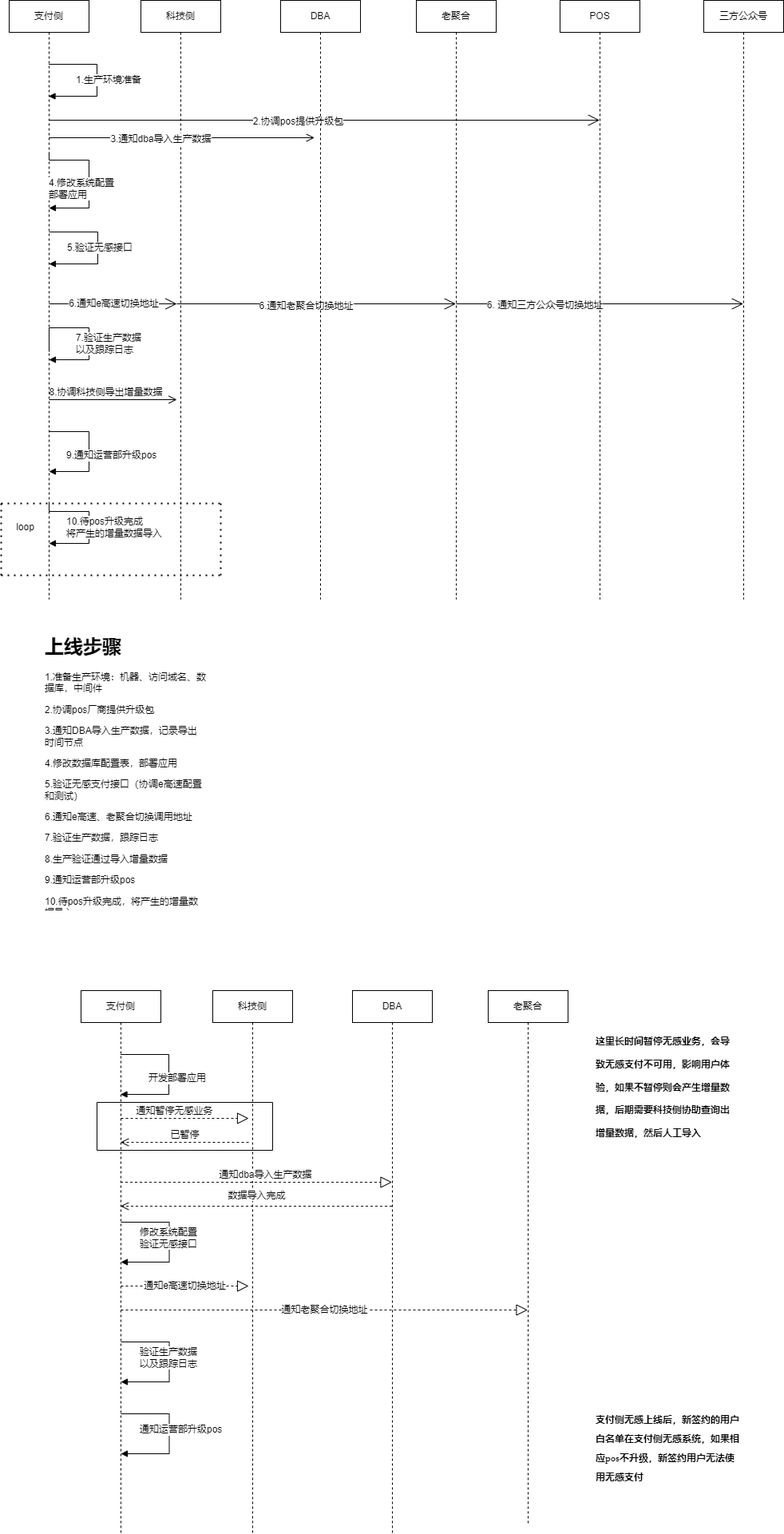
Above: 无感支付上线.png in songyibo2019/mydiagrams (draw.io), before the change. Source tidied: cells renumbered, new cells last; positions are measured from the earlier drawing's top-left corner, leaving out a move shared by most shapes.
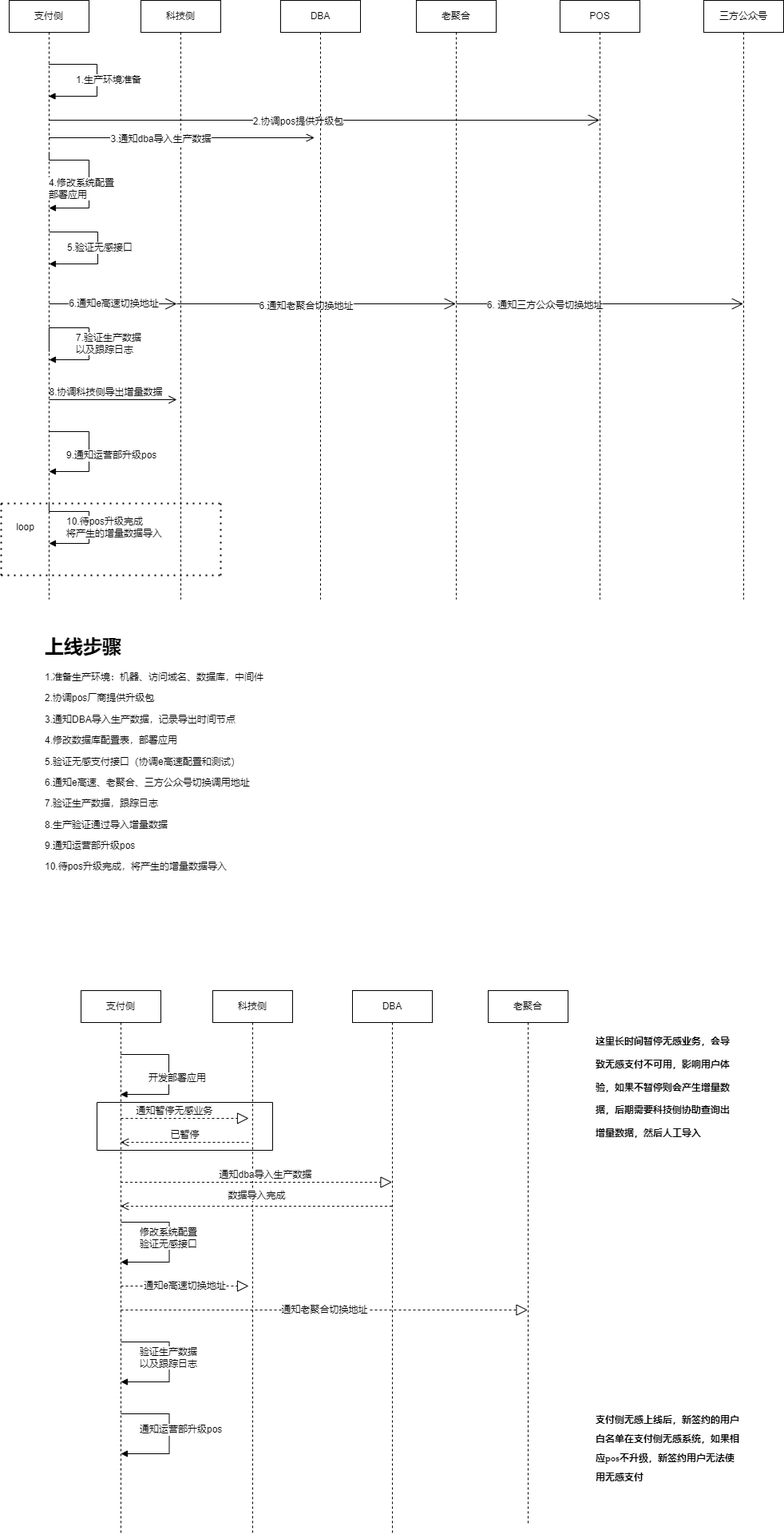
The same diagram one commit later.

Commit message:
Update 无感支付上线.png

Diff of the diagram source:
```diff
@@ -221,8 +221,8 @@
     <mxCell id="38" value="6. 通知三方公众号切换地址" style="edgeLabel;html=1;align=center;verticalAlign=middle;" parent="37" vertex="1">
       <mxGeometry x="-0.39" y="-1" relative="1" as="geometry" />
     </mxCell>
-    <mxCell id="39" value="&lt;h1&gt;上线步骤&lt;/h1&gt;&lt;p&gt;1.准备生产环境：机器、访问域名、数据库，中间件&amp;nbsp;&lt;/p&gt;&lt;p&gt;2.协调pos厂商提供升级包&lt;/p&gt;&lt;p&gt;3.通知DBA导入生产数据，记录导出时间节点&amp;nbsp;&lt;/p&gt;&lt;p&gt;4.修改数据库配置表，部署应用&lt;/p&gt;&lt;p&gt;5.验证无感支付接口（协调e高速配置和测试）&lt;/p&gt;&lt;p&gt;6.通知e高速、老聚合切换调用地址&lt;/p&gt;&lt;p&gt;7.验证生产数据，跟踪日志&lt;/p&gt;&lt;p&gt;8.生产验证通过导入增量数据&lt;/p&gt;&lt;p&gt;9.通知运营部升级pos&lt;/p&gt;&lt;p&gt;10.待pos升级完成，将产生的增量数据导入&lt;br&gt;&lt;/p&gt;" style="text;html=1;strokeColor=none;fillColor=none;spacing=5;spacingTop=-20;whiteSpace=wrap;overflow=hidden;rounded=0;fontSize=12;" parent="1" vertex="1">
-      <mxGeometry x="50" y="790" width="210" height="350" as="geometry" />
+    <mxCell id="39" value="&lt;h1&gt;上线步骤&lt;/h1&gt;&lt;p&gt;1.准备生产环境：机器、访问域名、数据库，中间件&amp;nbsp;&lt;/p&gt;&lt;p&gt;2.协调pos厂商提供升级包&lt;/p&gt;&lt;p&gt;3.通知DBA导入生产数据，记录导出时间节点&amp;nbsp;&lt;/p&gt;&lt;p&gt;4.修改数据库配置表，部署应用&lt;/p&gt;&lt;p&gt;5.验证无感支付接口（协调e高速配置和测试）&lt;/p&gt;&lt;p&gt;6.通知e高速、老聚合、三方公众号切换调用地址&lt;/p&gt;&lt;p&gt;7.验证生产数据，跟踪日志&lt;/p&gt;&lt;p&gt;8.生产验证通过导入增量数据&lt;/p&gt;&lt;p&gt;9.通知运营部升级pos&lt;/p&gt;&lt;p&gt;10.待pos升级完成，将产生的增量数据导入&lt;br&gt;&lt;/p&gt;" style="text;html=1;strokeColor=none;fillColor=none;spacing=5;spacingTop=-20;whiteSpace=wrap;overflow=hidden;rounded=0;fontSize=12;" parent="1" vertex="1">
+      <mxGeometry x="50" y="790" width="300" height="370" as="geometry" />
     </mxCell>
     <mxCell id="40" style="endArrow=open;startArrow=none;endFill=0;startFill=0;endSize=8;html=1;verticalAlign=bottom;labelBackgroundColor=none;strokeWidth=1;rounded=0;fontSize=12;" parent="1" edge="1">
       <mxGeometry relative="1" as="geometry">
```
